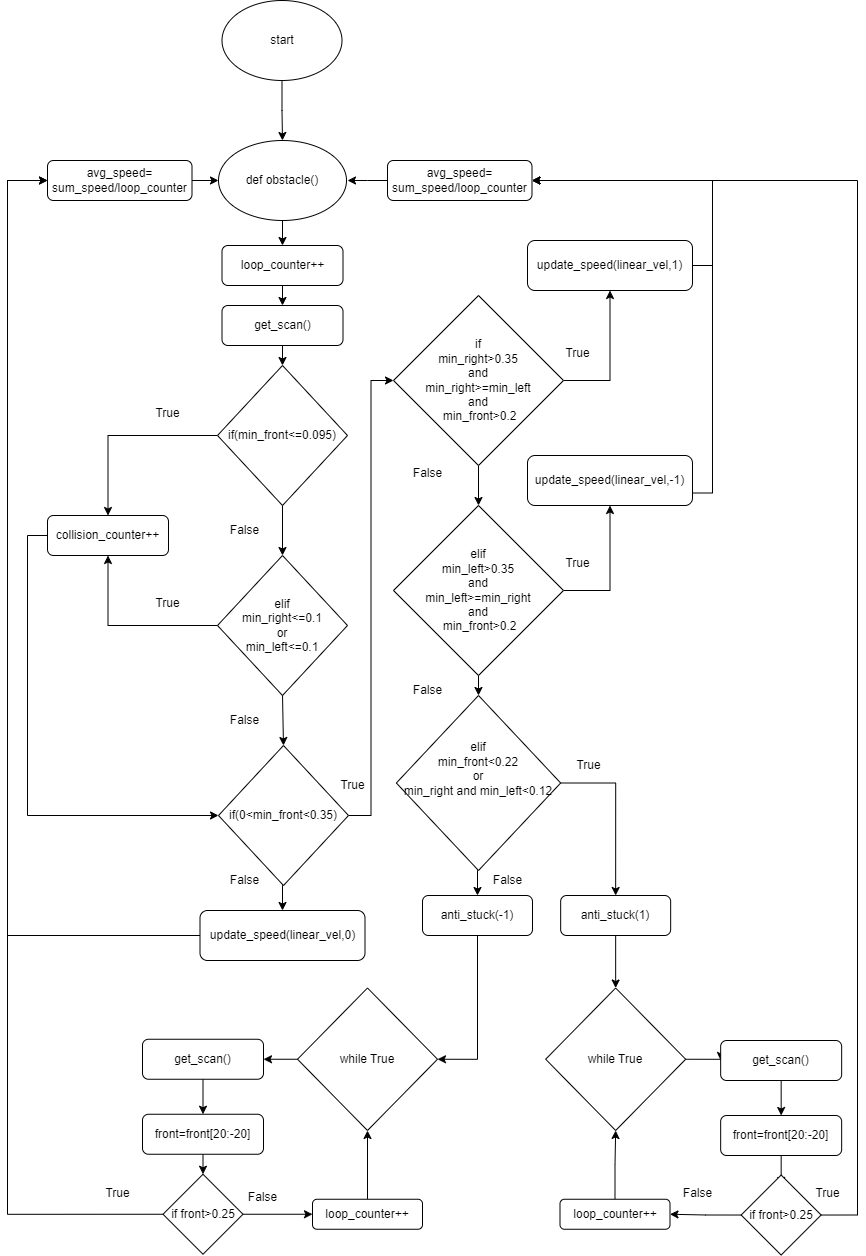
Teun0n/flowcharts keeps this draw.io diagram as Untitled Diagram.drawio.png. Above is the earlier version. Source tidied: cells renumbered, new cells last; positions are measured from the earlier drawing's top-left corner, leaving out a move shared by most shapes.
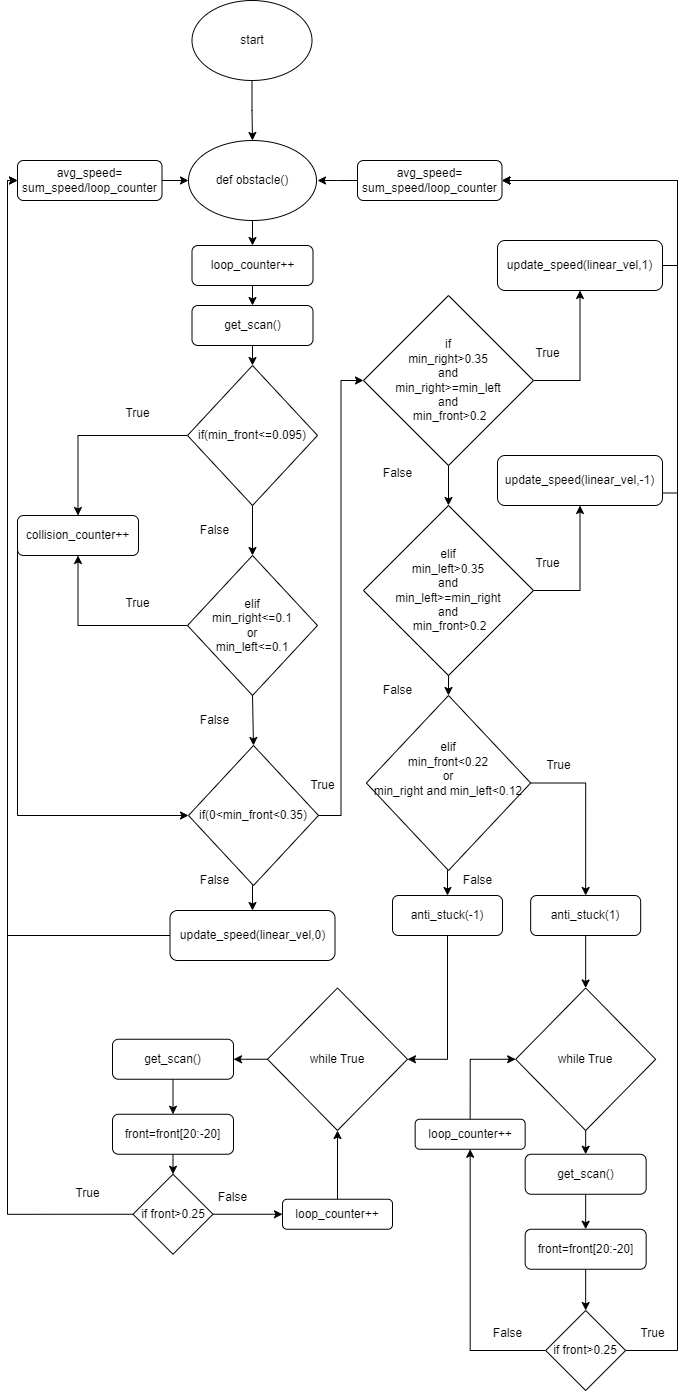
After the change.

What changed in the source:
```diff
@@ -51,7 +51,12 @@
       <mxGeometry x="386" y="295" width="170" height="170" as="geometry" />
     </mxCell>
     <mxCell id="18" style="edgeStyle=orthogonalEdgeStyle;rounded=0;jettySize=auto;html=1;exitX=1;exitY=0.5;exitDx=0;exitDy=0;entryX=1;entryY=0.5;entryDx=0;entryDy=0;" parent="1" edge="1" source="19" target="64">
-      <mxGeometry relative="1" as="geometry" />
+      <mxGeometry relative="1" as="geometry">
+        <Array as="points">
+          <mxPoint x="700" y="265" />
+          <mxPoint x="700" y="180" />
+        </Array>
+      </mxGeometry>
     </mxCell>
     <mxCell id="19" value="update_speed(linear_vel,1)" style="rounded=1;whiteSpace=wrap;html=1;fontSize=12;glass=0;strokeWidth=1;shadow=0;" parent="1" vertex="1">
       <mxGeometry x="520" y="240" width="165" height="50" as="geometry" />
@@ -66,7 +71,12 @@
       <mxGeometry x="386" y="505" width="170" height="170" as="geometry" />
     </mxCell>
     <mxCell id="23" style="edgeStyle=orthogonalEdgeStyle;rounded=0;jettySize=auto;html=1;exitX=1;exitY=0.75;exitDx=0;exitDy=0;entryX=1;entryY=0.5;entryDx=0;entryDy=0;" parent="1" edge="1" source="24" target="64">
-      <mxGeometry relative="1" as="geometry" />
+      <mxGeometry relative="1" as="geometry">
+        <Array as="points">
+          <mxPoint x="700" y="493" />
+          <mxPoint x="700" y="180" />
+        </Array>
+      </mxGeometry>
     </mxCell>
     <mxCell id="24" value="update_speed(linear_vel,-1)" style="rounded=1;whiteSpace=wrap;html=1;fontSize=12;glass=0;strokeWidth=1;shadow=0;" parent="1" vertex="1">
       <mxGeometry x="520" y="455" width="165" height="50" as="geometry" />
@@ -74,8 +84,8 @@
     <mxCell id="25" style="edgeStyle=orthogonalEdgeStyle;rounded=0;jettySize=auto;html=1;exitX=0;exitY=0.5;exitDx=0;exitDy=0;entryX=0;entryY=0.5;entryDx=0;entryDy=0;" parent="1" edge="1" source="26" target="62">
       <mxGeometry relative="1" as="geometry">
         <Array as="points">
-          <mxPoint y="935" />
-          <mxPoint y="180" />
+          <mxPoint x="30" y="935" />
+          <mxPoint x="30" y="180" />
         </Array>
       </mxGeometry>
     </mxCell>
@@ -91,7 +101,7 @@
     <mxCell id="29" value="elif&lt;br&gt;min_front&amp;lt;0.22&lt;br&gt;or&lt;br&gt;min_right and min_left&amp;lt;0.12&lt;br&gt;&lt;br&gt;&lt;br&gt;" style="rhombus;whiteSpace=wrap;html=1;" parent="1" vertex="1">
       <mxGeometry x="388.9" y="695" width="164.3" height="175" as="geometry" />
     </mxCell>
-    <mxCell id="30" style="edgeStyle=orthogonalEdgeStyle;rounded=0;jettySize=auto;html=1;exitX=1;exitY=0.5;exitDx=0;exitDy=0;entryX=0;entryY=0.5;entryDx=0;entryDy=0;" parent="1" edge="1" source="31" target="37">
+    <mxCell id="30" style="edgeStyle=orthogonalEdgeStyle;rounded=0;jettySize=auto;html=1;exitX=0.5;exitY=1;exitDx=0;exitDy=0;entryX=0.5;entryY=0;entryDx=0;entryDy=0;" parent="1" edge="1" source="31" target="37">
       <mxGeometry relative="1" as="geometry" />
     </mxCell>
     <mxCell id="31" value="while True" style="rhombus;whiteSpace=wrap;html=1;" parent="1" vertex="1">
@@ -113,15 +123,13 @@
       <mxGeometry relative="1" as="geometry" />
     </mxCell>
     <mxCell id="37" value="get_scan()" style="rounded=1;whiteSpace=wrap;html=1;" parent="1" vertex="1">
-      <mxGeometry x="713.2" y="1040" width="121" height="40" as="geometry" />
+      <mxGeometry x="547.7" y="1153.8" width="121" height="40" as="geometry" />
     </mxCell>
-    <mxCell id="38" style="edgeStyle=orthogonalEdgeStyle;rounded=0;jettySize=auto;html=1;exitX=0.5;exitY=1;exitDx=0;exitDy=0;entryX=0.5;entryY=0;entryDx=0;entryDy=0;" parent="1" edge="1" source="39">
-      <mxGeometry relative="1" as="geometry">
-        <mxPoint x="773.7" y="1185" as="targetPoint" />
-      </mxGeometry>
-    </mxCell>
+    <mxCell id="82" style="edgeStyle=orthogonalEdgeStyle;rounded=0;jettySize=auto;html=1;exitX=0.5;exitY=1;exitDx=0;exitDy=0;entryX=0.5;entryY=0;entryDx=0;entryDy=0;" parent="1" edge="1" source="39" target="44">
+      <mxGeometry relative="1" as="geometry" />
+    </mxCell>
     <mxCell id="39" value="front=front[20:-20]" style="rounded=1;whiteSpace=wrap;html=1;" parent="1" vertex="1">
-      <mxGeometry x="713.2" y="1115" width="121" height="40" as="geometry" />
+      <mxGeometry x="547.7" y="1228.8" width="121" height="40" as="geometry" />
     </mxCell>
     <mxCell id="40" style="edgeStyle=orthogonalEdgeStyle;rounded=0;jettySize=auto;html=1;exitX=0.5;exitY=1;exitDx=0;exitDy=0;entryX=0.5;entryY=0;entryDx=0;entryDy=0;" parent="1" edge="1" source="41" target="31">
       <mxGeometry relative="1" as="geometry" />
@@ -129,19 +137,19 @@
     <mxCell id="41" value="anti_stuck(1)" style="rounded=1;whiteSpace=wrap;html=1;" parent="1" vertex="1">
       <mxGeometry x="553.2" y="895" width="110" height="40" as="geometry" />
     </mxCell>
+    <mxCell id="43" style="edgeStyle=orthogonalEdgeStyle;rounded=0;jettySize=auto;html=1;exitX=1;exitY=0.5;exitDx=0;exitDy=0;entryX=1;entryY=0.5;entryDx=0;entryDy=0;" parent="1" edge="1" source="44" target="64">
+      <mxGeometry relative="1" as="geometry">
+        <Array as="points">
+          <mxPoint x="700" y="1350" />
+          <mxPoint x="700" y="180" />
+        </Array>
+      </mxGeometry>
+    </mxCell>
-    <mxCell id="42" style="edgeStyle=orthogonalEdgeStyle;rounded=0;jettySize=auto;html=1;exitX=0;exitY=0.5;exitDx=0;exitDy=0;entryX=1;entryY=0.5;entryDx=0;entryDy=0;" parent="1" edge="1" source="44" target="68">
+    <mxCell id="42" style="edgeStyle=orthogonalEdgeStyle;rounded=0;jettySize=auto;html=1;exitX=0;exitY=0.5;exitDx=0;exitDy=0;entryX=0.5;entryY=1;entryDx=0;entryDy=0;" parent="1" edge="1" source="44" target="68">
       <mxGeometry relative="1" as="geometry" />
     </mxCell>
-    <mxCell id="43" style="edgeStyle=orthogonalEdgeStyle;rounded=0;jettySize=auto;html=1;exitX=1;exitY=0.5;exitDx=0;exitDy=0;entryX=1;entryY=0.5;entryDx=0;entryDy=0;" parent="1" edge="1" source="44" target="64">
-      <mxGeometry relative="1" as="geometry">
-        <Array as="points">
-          <mxPoint x="850" y="1214" />
-          <mxPoint x="850" y="180" />
-        </Array>
-      </mxGeometry>
-    </mxCell>
     <mxCell id="44" value="if front&amp;gt;0.25" style="rhombus;whiteSpace=wrap;html=1;" parent="1" vertex="1">
-      <mxGeometry x="733.7" y="1174.5" width="80" height="80" as="geometry" />
+      <mxGeometry x="568.2" y="1310" width="80" height="80" as="geometry" />
     </mxCell>
     <mxCell id="45" style="edgeStyle=orthogonalEdgeStyle;rounded=0;jettySize=auto;html=1;exitX=0;exitY=0.5;exitDx=0;exitDy=0;entryX=1;entryY=0.5;entryDx=0;entryDy=0;" parent="1" edge="1" source="46" target="48">
       <mxGeometry relative="1" as="geometry" />
@@ -173,8 +181,8 @@
     <mxCell id="54" style="edgeStyle=orthogonalEdgeStyle;rounded=0;jettySize=auto;html=1;exitX=0;exitY=0.5;exitDx=0;exitDy=0;entryX=0;entryY=0.5;entryDx=0;entryDy=0;" parent="1" edge="1" source="55" target="62">
       <mxGeometry relative="1" as="geometry">
         <Array as="points">
-          <mxPoint y="1214" />
-          <mxPoint y="180" />
+          <mxPoint x="30" y="1214" />
+          <mxPoint x="30" y="180" />
         </Array>
       </mxGeometry>
     </mxCell>
@@ -191,7 +199,11 @@
       <mxGeometry x="305" y="1198.8" width="110" height="30" as="geometry" />
     </mxCell>
     <mxCell id="59" style="edgeStyle=orthogonalEdgeStyle;rounded=0;jettySize=auto;html=1;exitX=0;exitY=0.5;exitDx=0;exitDy=0;entryX=0;entryY=0.5;entryDx=0;entryDy=0;" parent="1" edge="1" source="60" target="12">
-      <mxGeometry relative="1" as="geometry" />
+      <mxGeometry relative="1" as="geometry">
+        <Array as="points">
+          <mxPoint x="40" y="815" />
+        </Array>
+      </mxGeometry>
     </mxCell>
     <mxCell id="60" value="collision_counter++" style="rounded=1;whiteSpace=wrap;html=1;" parent="1" vertex="1">
       <mxGeometry x="40" y="515" width="121" height="40" as="geometry" />
@@ -216,11 +228,11 @@
     <mxCell id="66" value="start" style="ellipse;whiteSpace=wrap;html=1;" parent="1" vertex="1">
       <mxGeometry x="214.5" width="120" height="80" as="geometry" />
     </mxCell>
-    <mxCell id="67" style="edgeStyle=orthogonalEdgeStyle;rounded=0;jettySize=auto;html=1;exitX=0.5;exitY=0;exitDx=0;exitDy=0;entryX=0.5;entryY=1;entryDx=0;entryDy=0;" parent="1" edge="1" source="68" target="31">
+    <mxCell id="67" style="edgeStyle=orthogonalEdgeStyle;rounded=0;jettySize=auto;html=1;exitX=0.5;exitY=0;exitDx=0;exitDy=0;entryX=0;entryY=0.5;entryDx=0;entryDy=0;" parent="1" edge="1" source="68" target="31">
       <mxGeometry relative="1" as="geometry" />
     </mxCell>
     <mxCell id="68" value="loop_counter++" style="rounded=1;whiteSpace=wrap;html=1;" parent="1" vertex="1">
-      <mxGeometry x="552.5" y="1198.8" width="110" height="30" as="geometry" />
+      <mxGeometry x="437.7" y="1118.8" width="110" height="30" as="geometry" />
     </mxCell>
     <mxCell id="69" value="True" style="text;html=1;align=center;verticalAlign=middle;strokeColor=none;fillColor=none;" parent="1" vertex="1">
       <mxGeometry x="135" y="398" width="50" height="30" as="geometry" />
@@ -240,12 +252,6 @@
     <mxCell id="74" value="False" style="text;html=1;align=center;verticalAlign=middle;strokeColor=none;fillColor=none;" parent="1" vertex="1">
       <mxGeometry x="474.5" y="865" width="50" height="30" as="geometry" />
     </mxCell>
-    <mxCell id="75" value="False" style="text;html=1;align=center;verticalAlign=middle;strokeColor=none;fillColor=none;" parent="1" vertex="1">
-      <mxGeometry x="665" y="1178" width="50" height="30" as="geometry" />
-    </mxCell>
-    <mxCell id="76" value="True" style="text;html=1;align=center;verticalAlign=middle;strokeColor=none;fillColor=none;" parent="1" vertex="1">
-      <mxGeometry x="795" y="1178" width="50" height="30" as="geometry" />
-    </mxCell>
     <mxCell id="77" value="True" style="text;html=1;align=center;verticalAlign=middle;strokeColor=none;fillColor=none;" parent="1" vertex="1">
       <mxGeometry x="545" y="548" width="50" height="30" as="geometry" />
     </mxCell>
@@ -261,5 +267,11 @@
     <mxCell id="81" value="True" style="text;html=1;align=center;verticalAlign=middle;strokeColor=none;fillColor=none;" parent="1" vertex="1">
       <mxGeometry x="85" y="1178" width="50" height="30" as="geometry" />
     </mxCell>
+    <mxCell id="76" value="True" style="text;html=1;align=center;verticalAlign=middle;strokeColor=none;fillColor=none;" parent="1" vertex="1">
+      <mxGeometry x="650" y="1318" width="50" height="30" as="geometry" />
+    </mxCell>
+    <mxCell id="75" value="False" style="text;html=1;align=center;verticalAlign=middle;strokeColor=none;fillColor=none;" parent="1" vertex="1">
+      <mxGeometry x="505" y="1318" width="50" height="30" as="geometry" />
+    </mxCell>
   </root>
 </mxGraphModel>
```
